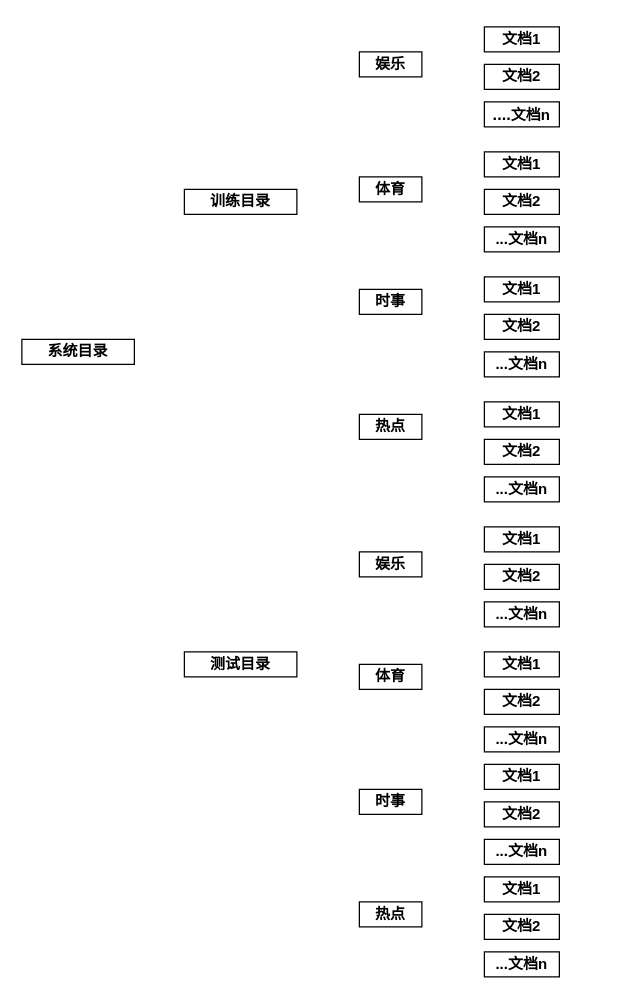
RecordLiu/blog_imgs keeps this draw.io diagram as 新闻分类文档划分.drawio. Above is the earlier version. Source tidied: cells renumbered, new cells numbered last; positions are measured from the earlier drawing's top-left corner, leaving out a move shared by most shapes. Both pictures are drawn from the tidied source at 125%, with x=0, y=0 at pixel (21, 26).
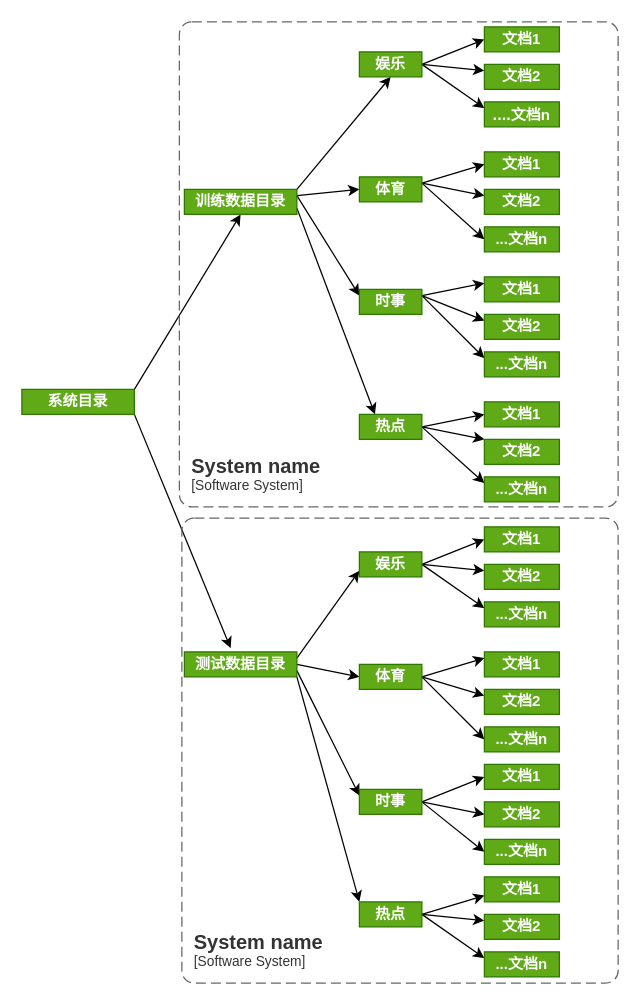
After the change.

Commit message (it also covers changes not shown here):
更新新闻分类文档划分.drawio

What changed in the source:
```diff
@@
+    <mxCell id="37" style="edgeStyle=none;rounded=0;jettySize=auto;html=1;exitX=1;exitY=0;exitDx=0;exitDy=0;entryX=0.5;entryY=1;entryDx=0;entryDy=0;" parent="1" edge="1" source="2" target="3">
+      <mxGeometry relative="1" as="geometry" />
+    </mxCell>
+    <mxCell id="38" style="edgeStyle=none;rounded=0;jettySize=auto;html=1;exitX=1;exitY=1;exitDx=0;exitDy=0;entryX=0.411;entryY=-0.15;entryDx=0;entryDy=0;entryPerimeter=0;" parent="1" edge="1" source="2" target="4">
+      <mxGeometry relative="1" as="geometry" />
+    </mxCell>
-    <mxCell id="2" value="&lt;b&gt;系统目录&lt;/b&gt;" style="rounded=0;whiteSpace=wrap;html=1;" parent="1" vertex="1">
-      <mxGeometry y="250" width="90" height="20" as="geometry" />
+    <mxCell id="2" value="&lt;b&gt;系统目录&lt;/b&gt;" style="rounded=0;whiteSpace=wrap;html=1;fillColor=#60a917;fontColor=#ffffff;strokeColor=#2D7600;" parent="1" vertex="1">
+      <mxGeometry y="290" width="90" height="20" as="geometry" />
     </mxCell>
+    <mxCell id="39" style="edgeStyle=none;rounded=0;jettySize=auto;html=1;exitX=1;exitY=0.75;exitDx=0;exitDy=0;entryX=0.25;entryY=0;entryDx=0;entryDy=0;" parent="1" edge="1" source="3" target="8">
+      <mxGeometry relative="1" as="geometry" />
+    </mxCell>
+    <mxCell id="40" style="edgeStyle=none;rounded=0;jettySize=auto;html=1;exitX=1;exitY=0;exitDx=0;exitDy=0;entryX=0.5;entryY=1;entryDx=0;entryDy=0;" parent="1" edge="1" source="3" target="5">
+      <mxGeometry relative="1" as="geometry" />
+    </mxCell>
+    <mxCell id="41" style="edgeStyle=none;rounded=0;jettySize=auto;html=1;exitX=1;exitY=0.25;exitDx=0;exitDy=0;entryX=0;entryY=0.5;entryDx=0;entryDy=0;" parent="1" edge="1" source="3" target="6">
+      <mxGeometry relative="1" as="geometry" />
+    </mxCell>
+    <mxCell id="42" style="edgeStyle=none;rounded=0;jettySize=auto;html=1;exitX=1;exitY=0.25;exitDx=0;exitDy=0;entryX=0;entryY=0.25;entryDx=0;entryDy=0;" parent="1" edge="1" source="3" target="7">
+      <mxGeometry relative="1" as="geometry" />
+    </mxCell>
-    <mxCell id="3" value="&lt;b&gt;训练目录&lt;/b&gt;" style="rounded=0;whiteSpace=wrap;html=1;" parent="1" vertex="1">
+    <mxCell id="3" value="&lt;b&gt;训练数据目录&lt;/b&gt;" style="rounded=0;whiteSpace=wrap;html=1;fillColor=#60a917;fontColor=#ffffff;strokeColor=#2D7600;" parent="1" vertex="1">
       <mxGeometry x="130" y="130" width="90" height="20" as="geometry" />
     </mxCell>
+    <mxCell id="43" style="edgeStyle=none;rounded=0;jettySize=auto;html=1;exitX=1;exitY=0.25;exitDx=0;exitDy=0;entryX=0;entryY=0.75;entryDx=0;entryDy=0;" parent="1" edge="1" source="4" target="21">
+      <mxGeometry relative="1" as="geometry" />
+    </mxCell>
+    <mxCell id="44" style="edgeStyle=none;rounded=0;jettySize=auto;html=1;exitX=1;exitY=0.5;exitDx=0;exitDy=0;entryX=0;entryY=0.5;entryDx=0;entryDy=0;" parent="1" edge="1" source="4" target="22">
+      <mxGeometry relative="1" as="geometry" />
+    </mxCell>
+    <mxCell id="45" style="edgeStyle=none;rounded=0;jettySize=auto;html=1;exitX=1;exitY=0.75;exitDx=0;exitDy=0;entryX=0;entryY=0.25;entryDx=0;entryDy=0;" parent="1" edge="1" source="4" target="23">
+      <mxGeometry relative="1" as="geometry" />
+    </mxCell>
+    <mxCell id="46" style="edgeStyle=none;rounded=0;jettySize=auto;html=1;exitX=1;exitY=1;exitDx=0;exitDy=0;entryX=0;entryY=0;entryDx=0;entryDy=0;" parent="1" edge="1" source="4" target="24">
+      <mxGeometry relative="1" as="geometry" />
+    </mxCell>
-    <mxCell id="4" value="&lt;b&gt;测试目录&lt;/b&gt;" style="rounded=0;whiteSpace=wrap;html=1;" parent="1" vertex="1">
+    <mxCell id="4" value="&lt;b&gt;测试数据目录&lt;/b&gt;" style="rounded=0;whiteSpace=wrap;html=1;fillColor=#60a917;fontColor=#ffffff;strokeColor=#2D7600;" parent="1" vertex="1">
       <mxGeometry x="130" y="500" width="90" height="20" as="geometry" />
     </mxCell>
+    <mxCell id="47" style="edgeStyle=none;rounded=0;jettySize=auto;html=1;exitX=1;exitY=0.5;exitDx=0;exitDy=0;entryX=0;entryY=0.25;entryDx=0;entryDy=0;" parent="1" edge="1" source="5" target="10">
+      <mxGeometry relative="1" as="geometry" />
+    </mxCell>
+    <mxCell id="48" style="edgeStyle=none;rounded=0;jettySize=auto;html=1;exitX=1;exitY=0.5;exitDx=0;exitDy=0;entryX=0;entryY=0.25;entryDx=0;entryDy=0;" parent="1" edge="1" source="5" target="11">
+      <mxGeometry relative="1" as="geometry" />
+    </mxCell>
+    <mxCell id="49" style="edgeStyle=none;rounded=0;jettySize=auto;html=1;exitX=1;exitY=0.5;exitDx=0;exitDy=0;entryX=0;entryY=0.5;entryDx=0;entryDy=0;" parent="1" edge="1" source="5" target="9">
+      <mxGeometry relative="1" as="geometry" />
+    </mxCell>
-    <mxCell id="5" value="&lt;b&gt;娱乐&lt;/b&gt;" style="rounded=0;whiteSpace=wrap;html=1;" parent="1" vertex="1">
+    <mxCell id="5" value="&lt;b&gt;娱乐&lt;/b&gt;" style="rounded=0;whiteSpace=wrap;html=1;fillColor=#60a917;fontColor=#ffffff;strokeColor=#2D7600;" parent="1" vertex="1">
       <mxGeometry x="270" y="20" width="50" height="20" as="geometry" />
     </mxCell>
+    <mxCell id="50" style="edgeStyle=none;rounded=0;jettySize=auto;html=1;exitX=1;exitY=0.25;exitDx=0;exitDy=0;entryX=0;entryY=0.5;entryDx=0;entryDy=0;" parent="1" edge="1" source="6" target="12">
+      <mxGeometry relative="1" as="geometry" />
+    </mxCell>
+    <mxCell id="51" style="edgeStyle=none;rounded=0;jettySize=auto;html=1;exitX=1;exitY=0.25;exitDx=0;exitDy=0;entryX=0;entryY=0.25;entryDx=0;entryDy=0;" parent="1" edge="1" source="6" target="16">
+      <mxGeometry relative="1" as="geometry" />
+    </mxCell>
+    <mxCell id="52" style="edgeStyle=none;rounded=0;jettySize=auto;html=1;exitX=1;exitY=0.25;exitDx=0;exitDy=0;entryX=0;entryY=0.5;entryDx=0;entryDy=0;" parent="1" edge="1" source="6" target="17">
+      <mxGeometry relative="1" as="geometry" />
+    </mxCell>
-    <mxCell id="6" value="&lt;b&gt;体育&lt;/b&gt;" style="rounded=0;whiteSpace=wrap;html=1;" parent="1" vertex="1">
+    <mxCell id="6" value="&lt;b&gt;体育&lt;/b&gt;" style="rounded=0;whiteSpace=wrap;html=1;fillColor=#60a917;fontColor=#ffffff;strokeColor=#2D7600;" parent="1" vertex="1">
       <mxGeometry x="270" y="120" width="50" height="20" as="geometry" />
     </mxCell>
+    <mxCell id="53" style="edgeStyle=none;rounded=0;jettySize=auto;html=1;exitX=1;exitY=0.25;exitDx=0;exitDy=0;entryX=0;entryY=0.25;entryDx=0;entryDy=0;" parent="1" edge="1" source="7" target="15">
+      <mxGeometry relative="1" as="geometry" />
+    </mxCell>
+    <mxCell id="54" style="edgeStyle=none;rounded=0;jettySize=auto;html=1;exitX=1;exitY=0.25;exitDx=0;exitDy=0;entryX=0;entryY=0.25;entryDx=0;entryDy=0;" parent="1" edge="1" source="7" target="19">
+      <mxGeometry relative="1" as="geometry" />
+    </mxCell>
+    <mxCell id="55" style="edgeStyle=none;rounded=0;jettySize=auto;html=1;exitX=1;exitY=0.25;exitDx=0;exitDy=0;entryX=0;entryY=0.25;entryDx=0;entryDy=0;" parent="1" edge="1" source="7" target="20">
+      <mxGeometry relative="1" as="geometry" />
+    </mxCell>
-    <mxCell id="7" value="&lt;b&gt;时事&lt;/b&gt;" style="rounded=0;whiteSpace=wrap;html=1;" parent="1" vertex="1">
+    <mxCell id="7" value="&lt;b&gt;时事&lt;/b&gt;" style="rounded=0;whiteSpace=wrap;html=1;fillColor=#60a917;fontColor=#ffffff;strokeColor=#2D7600;" parent="1" vertex="1">
       <mxGeometry x="270" y="210" width="50" height="20" as="geometry" />
     </mxCell>
+    <mxCell id="56" style="edgeStyle=none;rounded=0;jettySize=auto;html=1;exitX=1;exitY=0.5;exitDx=0;exitDy=0;entryX=0;entryY=0.5;entryDx=0;entryDy=0;" parent="1" edge="1" source="8" target="18">
+      <mxGeometry relative="1" as="geometry" />
+    </mxCell>
+    <mxCell id="57" style="edgeStyle=none;rounded=0;jettySize=auto;html=1;exitX=1;exitY=0.5;exitDx=0;exitDy=0;entryX=0;entryY=0;entryDx=0;entryDy=0;" parent="1" edge="1" source="8" target="14">
+      <mxGeometry relative="1" as="geometry" />
+    </mxCell>
+    <mxCell id="58" style="edgeStyle=none;rounded=0;jettySize=auto;html=1;exitX=1;exitY=0.5;exitDx=0;exitDy=0;entryX=0;entryY=0.25;entryDx=0;entryDy=0;" parent="1" edge="1" source="8" target="13">
+      <mxGeometry relative="1" as="geometry" />
+    </mxCell>
-    <mxCell id="8" value="&lt;b&gt;热点&lt;/b&gt;" style="rounded=0;whiteSpace=wrap;html=1;" parent="1" vertex="1">
+    <mxCell id="8" value="&lt;b&gt;热点&lt;/b&gt;" style="rounded=0;whiteSpace=wrap;html=1;fillColor=#60a917;fontColor=#ffffff;strokeColor=#2D7600;" parent="1" vertex="1">
       <mxGeometry x="270" y="310" width="50" height="20" as="geometry" />
     </mxCell>
-    <mxCell id="9" value="&lt;b&gt;文档1&lt;/b&gt;" style="rounded=0;whiteSpace=wrap;html=1;" parent="1" vertex="1">
+    <mxCell id="9" value="&lt;b&gt;文档1&lt;/b&gt;" style="rounded=0;whiteSpace=wrap;html=1;fillColor=#60a917;fontColor=#ffffff;strokeColor=#2D7600;" parent="1" vertex="1">
       <mxGeometry x="370" width="60" height="20" as="geometry" />
     </mxCell>
-    <mxCell id="10" value="&lt;b&gt;文档2&lt;/b&gt;" style="rounded=0;whiteSpace=wrap;html=1;" parent="1" vertex="1">
+    <mxCell id="10" value="&lt;b&gt;文档2&lt;/b&gt;" style="rounded=0;whiteSpace=wrap;html=1;fillColor=#60a917;fontColor=#ffffff;strokeColor=#2D7600;" parent="1" vertex="1">
       <mxGeometry x="370" y="30" width="60" height="20" as="geometry" />
     </mxCell>
-    <mxCell id="11" value="&lt;b&gt;&lt;font style=&quot;font-size: 13px;&quot;&gt;....&lt;/font&gt;文档n&lt;/b&gt;" style="rounded=0;whiteSpace=wrap;html=1;" parent="1" vertex="1">
+    <mxCell id="11" value="&lt;b&gt;&lt;font style=&quot;font-size: 13px;&quot;&gt;....&lt;/font&gt;文档n&lt;/b&gt;" style="rounded=0;whiteSpace=wrap;html=1;fillColor=#60a917;fontColor=#ffffff;strokeColor=#2D7600;" parent="1" vertex="1">
       <mxGeometry x="370" y="60" width="60" height="20" as="geometry" />
     </mxCell>
-    <mxCell id="12" value="&lt;b&gt;文档1&lt;/b&gt;" style="rounded=0;whiteSpace=wrap;html=1;" parent="1" vertex="1">
+    <mxCell id="12" value="&lt;b&gt;文档1&lt;/b&gt;" style="rounded=0;whiteSpace=wrap;html=1;fillColor=#60a917;fontColor=#ffffff;strokeColor=#2D7600;" parent="1" vertex="1">
       <mxGeometry x="370" y="100" width="60" height="20" as="geometry" />
     </mxCell>
-    <mxCell id="13" value="&lt;b&gt;...文档n&lt;/b&gt;" style="rounded=0;whiteSpace=wrap;html=1;" parent="1" vertex="1">
+    <mxCell id="13" value="&lt;b&gt;...文档n&lt;/b&gt;" style="rounded=0;whiteSpace=wrap;html=1;fillColor=#60a917;fontColor=#ffffff;strokeColor=#2D7600;" parent="1" vertex="1">
       <mxGeometry x="370" y="360" width="60" height="20" as="geometry" />
     </mxCell>
-    <mxCell id="14" value="&lt;b&gt;文档2&lt;/b&gt;" style="rounded=0;whiteSpace=wrap;html=1;" parent="1" vertex="1">
+    <mxCell id="14" value="&lt;b&gt;文档2&lt;/b&gt;" style="rounded=0;whiteSpace=wrap;html=1;fillColor=#60a917;fontColor=#ffffff;strokeColor=#2D7600;" parent="1" vertex="1">
       <mxGeometry x="370" y="330" width="60" height="20" as="geometry" />
     </mxCell>
-    <mxCell id="15" value="&lt;b&gt;文档1&lt;/b&gt;" style="rounded=0;whiteSpace=wrap;html=1;" parent="1" vertex="1">
+    <mxCell id="15" value="&lt;b&gt;文档1&lt;/b&gt;" style="rounded=0;whiteSpace=wrap;html=1;fillColor=#60a917;fontColor=#ffffff;strokeColor=#2D7600;" parent="1" vertex="1">
       <mxGeometry x="370" y="200" width="60" height="20" as="geometry" />
     </mxCell>
-    <mxCell id="16" value="&lt;b&gt;文档2&lt;/b&gt;" style="rounded=0;whiteSpace=wrap;html=1;" parent="1" vertex="1">
+    <mxCell id="16" value="&lt;b&gt;文档2&lt;/b&gt;" style="rounded=0;whiteSpace=wrap;html=1;fillColor=#60a917;fontColor=#ffffff;strokeColor=#2D7600;" parent="1" vertex="1">
       <mxGeometry x="370" y="130" width="60" height="20" as="geometry" />
     </mxCell>
-    <mxCell id="17" value="&lt;b&gt;...文档n&lt;/b&gt;" style="rounded=0;whiteSpace=wrap;html=1;" parent="1" vertex="1">
+    <mxCell id="17" value="&lt;b&gt;...文档n&lt;/b&gt;" style="rounded=0;whiteSpace=wrap;html=1;fillColor=#60a917;fontColor=#ffffff;strokeColor=#2D7600;" parent="1" vertex="1">
       <mxGeometry x="370" y="160" width="60" height="20" as="geometry" />
     </mxCell>
-    <mxCell id="18" value="&lt;b&gt;文档1&lt;/b&gt;" style="rounded=0;whiteSpace=wrap;html=1;" parent="1" vertex="1">
+    <mxCell id="18" value="&lt;b&gt;文档1&lt;/b&gt;" style="rounded=0;whiteSpace=wrap;html=1;fillColor=#60a917;fontColor=#ffffff;strokeColor=#2D7600;" parent="1" vertex="1">
       <mxGeometry x="370" y="300" width="60" height="20" as="geometry" />
     </mxCell>
-    <mxCell id="19" value="&lt;b&gt;文档2&lt;/b&gt;" style="rounded=0;whiteSpace=wrap;html=1;" parent="1" vertex="1">
+    <mxCell id="19" value="&lt;b&gt;文档2&lt;/b&gt;" style="rounded=0;whiteSpace=wrap;html=1;fillColor=#60a917;fontColor=#ffffff;strokeColor=#2D7600;" parent="1" vertex="1">
       <mxGeometry x="370" y="230" width="60" height="20" as="geometry" />
     </mxCell>
-    <mxCell id="20" value="&lt;b&gt;...文档n&lt;/b&gt;" style="rounded=0;whiteSpace=wrap;html=1;" parent="1" vertex="1">
+    <mxCell id="20" value="&lt;b&gt;...文档n&lt;/b&gt;" style="rounded=0;whiteSpace=wrap;html=1;fillColor=#60a917;fontColor=#ffffff;strokeColor=#2D7600;" parent="1" vertex="1">
       <mxGeometry x="370" y="260" width="60" height="20" as="geometry" />
     </mxCell>
+    <mxCell id="59" style="edgeStyle=none;rounded=0;jettySize=auto;html=1;exitX=1;exitY=0.5;exitDx=0;exitDy=0;entryX=0;entryY=0.5;entryDx=0;entryDy=0;exitPerimeter=0;" parent="1" edge="1" source="21" target="25">
+      <mxGeometry relative="1" as="geometry" />
+    </mxCell>
+    <mxCell id="60" style="edgeStyle=none;rounded=0;jettySize=auto;html=1;exitX=1;exitY=0.5;exitDx=0;exitDy=0;entryX=0;entryY=0.25;entryDx=0;entryDy=0;" parent="1" edge="1" source="21" target="26">
+      <mxGeometry relative="1" as="geometry" />
+    </mxCell>
+    <mxCell id="61" style="edgeStyle=none;rounded=0;jettySize=auto;html=1;exitX=1;exitY=0.5;exitDx=0;exitDy=0;entryX=0;entryY=0.25;entryDx=0;entryDy=0;" parent="1" edge="1" source="21" target="27">
+      <mxGeometry relative="1" as="geometry" />
+    </mxCell>
-    <mxCell id="21" value="&lt;b&gt;娱乐&lt;/b&gt;" style="rounded=0;whiteSpace=wrap;html=1;" parent="1" vertex="1">
+    <mxCell id="21" value="&lt;b&gt;娱乐&lt;/b&gt;" style="rounded=0;whiteSpace=wrap;html=1;fillColor=#60a917;fontColor=#ffffff;strokeColor=#2D7600;" parent="1" vertex="1">
       <mxGeometry x="270" y="420" width="50" height="20" as="geometry" />
     </mxCell>
+    <mxCell id="62" style="edgeStyle=none;rounded=0;jettySize=auto;html=1;exitX=1;exitY=0.5;exitDx=0;exitDy=0;entryX=0;entryY=0.25;entryDx=0;entryDy=0;" parent="1" edge="1" source="22" target="28">
+      <mxGeometry relative="1" as="geometry" />
+    </mxCell>
+    <mxCell id="63" style="edgeStyle=none;rounded=0;jettySize=auto;html=1;exitX=1;exitY=0.5;exitDx=0;exitDy=0;entryX=0;entryY=0.25;entryDx=0;entryDy=0;" parent="1" edge="1" source="22" target="29">
+      <mxGeometry relative="1" as="geometry" />
+    </mxCell>
+    <mxCell id="64" style="edgeStyle=none;rounded=0;jettySize=auto;html=1;exitX=1;exitY=0.5;exitDx=0;exitDy=0;entryX=0;entryY=0.5;entryDx=0;entryDy=0;" parent="1" edge="1" source="22" target="30">
+      <mxGeometry relative="1" as="geometry" />
+    </mxCell>
-    <mxCell id="22" value="&lt;b&gt;体育&lt;/b&gt;" style="rounded=0;whiteSpace=wrap;html=1;" parent="1" vertex="1">
+    <mxCell id="22" value="&lt;b&gt;体育&lt;/b&gt;" style="rounded=0;whiteSpace=wrap;html=1;fillColor=#60a917;fontColor=#ffffff;strokeColor=#2D7600;" parent="1" vertex="1">
       <mxGeometry x="270" y="510" width="50" height="20" as="geometry" />
     </mxCell>
+    <mxCell id="65" style="edgeStyle=none;rounded=0;jettySize=auto;html=1;exitX=1;exitY=0.5;exitDx=0;exitDy=0;entryX=0;entryY=0.5;entryDx=0;entryDy=0;" parent="1" edge="1" source="23" target="31">
+      <mxGeometry relative="1" as="geometry" />
+    </mxCell>
+    <mxCell id="66" style="edgeStyle=none;rounded=0;jettySize=auto;html=1;exitX=1;exitY=0.5;exitDx=0;exitDy=0;entryX=0;entryY=0.5;entryDx=0;entryDy=0;" parent="1" edge="1" source="23" target="32">
+      <mxGeometry relative="1" as="geometry" />
+    </mxCell>
+    <mxCell id="67" style="edgeStyle=none;rounded=0;jettySize=auto;html=1;exitX=1;exitY=0.5;exitDx=0;exitDy=0;entryX=0;entryY=0.5;entryDx=0;entryDy=0;" parent="1" edge="1" source="23" target="33">
+      <mxGeometry relative="1" as="geometry" />
+    </mxCell>
-    <mxCell id="23" value="&lt;b&gt;时事&lt;/b&gt;" style="rounded=0;whiteSpace=wrap;html=1;" parent="1" vertex="1">
+    <mxCell id="23" value="&lt;b&gt;时事&lt;/b&gt;" style="rounded=0;whiteSpace=wrap;html=1;fillColor=#60a917;fontColor=#ffffff;strokeColor=#2D7600;" parent="1" vertex="1">
       <mxGeometry x="270" y="610" width="50" height="20" as="geometry" />
     </mxCell>
+    <mxCell id="68" style="edgeStyle=none;rounded=0;jettySize=auto;html=1;exitX=1;exitY=0.5;exitDx=0;exitDy=0;entryX=0;entryY=0.75;entryDx=0;entryDy=0;" parent="1" edge="1" source="24" target="34">
+      <mxGeometry relative="1" as="geometry" />
+    </mxCell>
+    <mxCell id="69" style="edgeStyle=none;rounded=0;jettySize=auto;html=1;exitX=1;exitY=0.5;exitDx=0;exitDy=0;entryX=0;entryY=0.25;entryDx=0;entryDy=0;" parent="1" edge="1" source="24" target="35">
+      <mxGeometry relative="1" as="geometry" />
+    </mxCell>
+    <mxCell id="70" style="edgeStyle=none;rounded=0;jettySize=auto;html=1;exitX=1;exitY=0.5;exitDx=0;exitDy=0;entryX=0;entryY=0.25;entryDx=0;entryDy=0;" parent="1" edge="1" source="24" target="36">
+      <mxGeometry relative="1" as="geometry" />
+    </mxCell>
-    <mxCell id="24" value="&lt;b&gt;热点&lt;/b&gt;" style="rounded=0;whiteSpace=wrap;html=1;" parent="1" vertex="1">
+    <mxCell id="24" value="&lt;b&gt;热点&lt;/b&gt;" style="rounded=0;whiteSpace=wrap;html=1;fillColor=#60a917;fontColor=#ffffff;strokeColor=#2D7600;" parent="1" vertex="1">
       <mxGeometry x="270" y="700" width="50" height="20" as="geometry" />
     </mxCell>
-    <mxCell id="25" value="&lt;b&gt;文档1&lt;/b&gt;" style="rounded=0;whiteSpace=wrap;html=1;" parent="1" vertex="1">
+    <mxCell id="25" value="&lt;b&gt;文档1&lt;/b&gt;" style="rounded=0;whiteSpace=wrap;html=1;fillColor=#60a917;fontColor=#ffffff;strokeColor=#2D7600;" parent="1" vertex="1">
       <mxGeometry x="370" y="400" width="60" height="20" as="geometry" />
     </mxCell>
-    <mxCell id="26" value="&lt;b&gt;文档2&lt;/b&gt;" style="rounded=0;whiteSpace=wrap;html=1;" parent="1" vertex="1">
+    <mxCell id="26" value="&lt;b&gt;文档2&lt;/b&gt;" style="rounded=0;whiteSpace=wrap;html=1;fillColor=#60a917;fontColor=#ffffff;strokeColor=#2D7600;" parent="1" vertex="1">
       <mxGeometry x="370" y="430" width="60" height="20" as="geometry" />
     </mxCell>
-    <mxCell id="27" value="&lt;b&gt;...文档n&lt;/b&gt;" style="rounded=0;whiteSpace=wrap;html=1;" parent="1" vertex="1">
+    <mxCell id="27" value="&lt;b&gt;...文档n&lt;/b&gt;" style="rounded=0;whiteSpace=wrap;html=1;fillColor=#60a917;fontColor=#ffffff;strokeColor=#2D7600;" parent="1" vertex="1">
       <mxGeometry x="370" y="460" width="60" height="20" as="geometry" />
     </mxCell>
-    <mxCell id="28" value="&lt;b&gt;文档1&lt;/b&gt;" style="rounded=0;whiteSpace=wrap;html=1;" parent="1" vertex="1">
+    <mxCell id="28" value="&lt;b&gt;文档1&lt;/b&gt;" style="rounded=0;whiteSpace=wrap;html=1;fillColor=#60a917;fontColor=#ffffff;strokeColor=#2D7600;" parent="1" vertex="1">
       <mxGeometry x="370" y="500" width="60" height="20" as="geometry" />
     </mxCell>
-    <mxCell id="29" value="&lt;b&gt;文档2&lt;/b&gt;" style="rounded=0;whiteSpace=wrap;html=1;" parent="1" vertex="1">
+    <mxCell id="29" value="&lt;b&gt;文档2&lt;/b&gt;" style="rounded=0;whiteSpace=wrap;html=1;fillColor=#60a917;fontColor=#ffffff;strokeColor=#2D7600;" parent="1" vertex="1">
       <mxGeometry x="370" y="530" width="60" height="20" as="geometry" />
     </mxCell>
-    <mxCell id="30" value="&lt;b&gt;...文档n&lt;/b&gt;" style="rounded=0;whiteSpace=wrap;html=1;" parent="1" vertex="1">
+    <mxCell id="30" value="&lt;b&gt;...文档n&lt;/b&gt;" style="rounded=0;whiteSpace=wrap;html=1;fillColor=#60a917;fontColor=#ffffff;strokeColor=#2D7600;" parent="1" vertex="1">
       <mxGeometry x="370" y="560" width="60" height="20" as="geometry" />
     </mxCell>
-    <mxCell id="31" value="&lt;b&gt;文档1&lt;/b&gt;" style="rounded=0;whiteSpace=wrap;html=1;" parent="1" vertex="1">
+    <mxCell id="31" value="&lt;b&gt;文档1&lt;/b&gt;" style="rounded=0;whiteSpace=wrap;html=1;fillColor=#60a917;fontColor=#ffffff;strokeColor=#2D7600;" parent="1" vertex="1">
       <mxGeometry x="370" y="590" width="60" height="20" as="geometry" />
     </mxCell>
-    <mxCell id="32" value="&lt;b&gt;文档2&lt;/b&gt;" style="rounded=0;whiteSpace=wrap;html=1;" parent="1" vertex="1">
+    <mxCell id="32" value="&lt;b&gt;文档2&lt;/b&gt;" style="rounded=0;whiteSpace=wrap;html=1;fillColor=#60a917;fontColor=#ffffff;strokeColor=#2D7600;" parent="1" vertex="1">
       <mxGeometry x="370" y="620" width="60" height="20" as="geometry" />
     </mxCell>
-    <mxCell id="33" value="&lt;b&gt;...文档n&lt;/b&gt;" style="rounded=0;whiteSpace=wrap;html=1;" parent="1" vertex="1">
+    <mxCell id="33" value="&lt;b&gt;...文档n&lt;/b&gt;" style="rounded=0;whiteSpace=wrap;html=1;fillColor=#60a917;fontColor=#ffffff;strokeColor=#2D7600;" parent="1" vertex="1">
       <mxGeometry x="370" y="650" width="60" height="20" as="geometry" />
     </mxCell>
-    <mxCell id="34" value="&lt;b&gt;文档1&lt;/b&gt;" style="rounded=0;whiteSpace=wrap;html=1;" parent="1" vertex="1">
+    <mxCell id="34" value="&lt;b&gt;文档1&lt;/b&gt;" style="rounded=0;whiteSpace=wrap;html=1;fillColor=#60a917;fontColor=#ffffff;strokeColor=#2D7600;" parent="1" vertex="1">
       <mxGeometry x="370" y="680" width="60" height="20" as="geometry" />
     </mxCell>
-    <mxCell id="35" value="&lt;b&gt;文档2&lt;/b&gt;" style="rounded=0;whiteSpace=wrap;html=1;" parent="1" vertex="1">
+    <mxCell id="35" value="&lt;b&gt;文档2&lt;/b&gt;" style="rounded=0;whiteSpace=wrap;html=1;fillColor=#60a917;fontColor=#ffffff;strokeColor=#2D7600;" parent="1" vertex="1">
       <mxGeometry x="370" y="710" width="60" height="20" as="geometry" />
     </mxCell>
-    <mxCell id="36" value="&lt;b&gt;...文档n&lt;/b&gt;" style="rounded=0;whiteSpace=wrap;html=1;" parent="1" vertex="1">
+    <mxCell id="36" value="&lt;b&gt;...文档n&lt;/b&gt;" style="rounded=0;whiteSpace=wrap;html=1;fillColor=#60a917;fontColor=#ffffff;strokeColor=#2D7600;" parent="1" vertex="1">
       <mxGeometry x="370" y="740" width="60" height="20" as="geometry" />
     </mxCell>
+    <object id="71" label="&lt;font style=&quot;font-size: 16px&quot;&gt;&lt;b&gt;&lt;div style=&quot;text-align: left&quot;&gt;%c4Name%&lt;/div&gt;&lt;/b&gt;&lt;/font&gt;&lt;div style=&quot;text-align: left&quot;&gt;[%c4Application%]&lt;/div&gt;" c4Application="Software System" c4Name="System name" placeholders="1">
+      <mxCell style="rounded=1;fontSize=11;whiteSpace=wrap;html=1;dashed=1;arcSize=20;fillColor=none;strokeColor=#666666;fontColor=#333333;labelBackgroundColor=none;align=left;verticalAlign=bottom;labelBorderColor=none;spacingTop=0;spacing=10;dashPattern=8 4;perimeter=rectanglePerimeter;noLabel=0;labelPadding=0;absoluteArcSize=1;" parent="1" vertex="1">
+        <mxGeometry x="126" y="-4" width="351" height="388" as="geometry" />
+      </mxCell>
+    </object>
+    <object id="72" label="&lt;font style=&quot;font-size: 16px&quot;&gt;&lt;b&gt;&lt;div style=&quot;text-align: left&quot;&gt;%c4Name%&lt;/div&gt;&lt;/b&gt;&lt;/font&gt;&lt;div style=&quot;text-align: left&quot;&gt;[%c4Application%]&lt;/div&gt;" c4Application="Software System" c4Name="System name" placeholders="1">
+      <mxCell style="rounded=1;fontSize=11;whiteSpace=wrap;html=1;dashed=1;arcSize=20;fillColor=none;strokeColor=#666666;fontColor=#333333;labelBackgroundColor=none;align=left;verticalAlign=bottom;labelBorderColor=none;spacingTop=0;spacing=10;dashPattern=8 4;perimeter=rectanglePerimeter;noLabel=0;labelPadding=0;absoluteArcSize=1;" parent="1" vertex="1">
+        <mxGeometry x="128" y="393" width="349" height="372" as="geometry" />
+      </mxCell>
+    </object>
```
